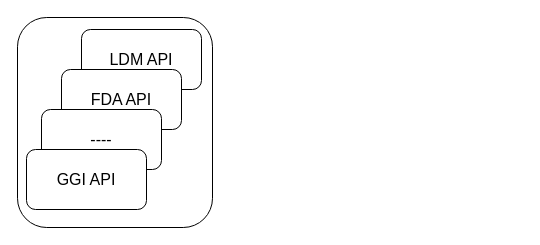
This is map-marker.drawio from arif2009/diagram, a draw.io file, before an edit. Source tidied: cells renumbered, new cells numbered last; positions are measured from the earlier drawing's top-left corner, leaving out a move shared by most shapes. Both pictures are drawn from the tidied source at 100%, with x=0, y=0 at pixel (17, 17).
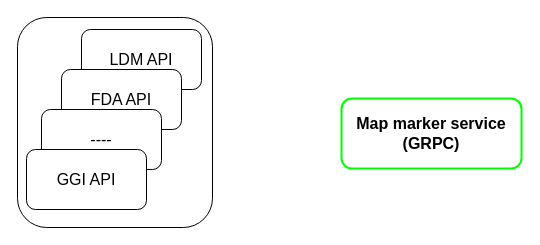
After the change.

The edit, as a diff of the source:
```diff
@@
 <mxGraphModel>
   <root>
     <mxCell id="0" />
     <mxCell id="1" parent="0" />
     <mxCell id="2" style="group;" parent="1" vertex="1">
       <mxGeometry width="195" height="210" as="geometry" />
     </mxCell>
     <mxCell id="3" style="rounded=1;whiteSpace=wrap;html=1;" parent="2" vertex="1">
       <mxGeometry width="195" height="210" as="geometry" />
     </mxCell>
     <mxCell id="4" value="&lt;font style=&quot;font-size: 16px&quot;&gt;LDM API&lt;/font&gt;" style="rounded=1;whiteSpace=wrap;html=1;" parent="2" vertex="1">
       <mxGeometry x="64" y="12" width="120" height="60" as="geometry" />
     </mxCell>
     <mxCell id="5" value="&lt;font style=&quot;font-size: 16px&quot;&gt;FDA API&lt;/font&gt;" style="rounded=1;whiteSpace=wrap;html=1;" parent="2" vertex="1">
       <mxGeometry x="44" y="52" width="120" height="60" as="geometry" />
     </mxCell>
     <mxCell id="6" value="&lt;span style=&quot;font-size: 16px&quot;&gt;----&lt;/span&gt;" style="rounded=1;whiteSpace=wrap;html=1;" parent="2" vertex="1">
       <mxGeometry x="24" y="92" width="120" height="60" as="geometry" />
     </mxCell>
     <mxCell id="7" value="&lt;span style=&quot;font-size: 16px&quot;&gt;GGI API&lt;/span&gt;" style="rounded=1;whiteSpace=wrap;html=1;" parent="2" vertex="1">
       <mxGeometry x="9" y="132" width="120" height="60" as="geometry" />
     </mxCell>
+    <mxCell id="8" value="&lt;b&gt;Map marker service&lt;br&gt;(GRPC)&lt;/b&gt;" style="rounded=1;whiteSpace=wrap;html=1;fontSize=16;strokeWidth=2;strokeColor=#00FF00;" parent="1" vertex="1">
+      <mxGeometry x="324" y="81" width="180" height="70" as="geometry" />
+    </mxCell>
   </root>
 </mxGraphModel>
```
